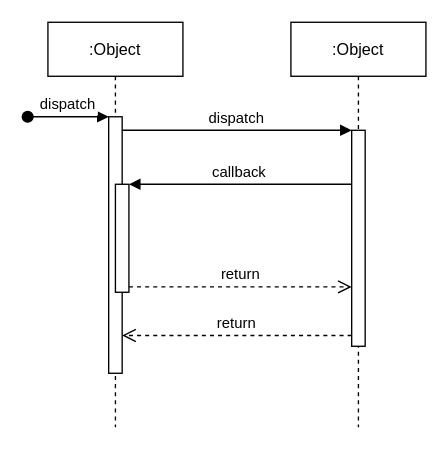
The draw.io diagram Caso de uso extendido.drawio in bruniculos08/SOFT003, before the edit. Source tidied: cells renumbered, new cells numbered last; positions are measured from the earlier drawing's top-left corner, leaving out a move shared by most shapes. Both pictures are drawn from the tidied source at 135%, with x=0, y=0 at pixel (27, 22).
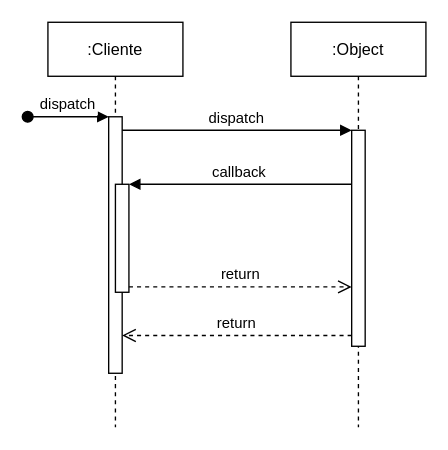
After the change.

Diff of the diagram source:
```diff
@@
 <mxGraphModel>
   <root>
     <mxCell id="0" />
     <mxCell id="1" parent="0" />
-    <mxCell id="2" value=":Object" style="shape=umlLifeline;perimeter=lifelinePerimeter;rounded=0;shadow=0;strokeWidth=1;" parent="1" vertex="1">
+    <mxCell id="2" value=":Cliente" style="shape=umlLifeline;perimeter=lifelinePerimeter;rounded=0;shadow=0;strokeWidth=1;" parent="1" vertex="1">
       <mxGeometry x="15" width="100" height="300" as="geometry" />
     </mxCell>
     <mxCell id="3" style="points=[];perimeter=orthogonalPerimeter;rounded=0;shadow=0;strokeWidth=1;" parent="2" vertex="1">
       <mxGeometry x="45" y="70" width="10" height="190" as="geometry" />
     </mxCell>
     <mxCell id="4" value="dispatch" style="verticalAlign=bottom;startArrow=oval;endArrow=block;startSize=8;shadow=0;strokeWidth=1;" parent="2" edge="1" target="3">
       <mxGeometry relative="1" as="geometry">
         <mxPoint x="-15" y="70" as="sourcePoint" />
       </mxGeometry>
     </mxCell>
     <mxCell id="5" style="points=[];perimeter=orthogonalPerimeter;rounded=0;shadow=0;strokeWidth=1;" parent="2" vertex="1">
       <mxGeometry x="50" y="120" width="10" height="80" as="geometry" />
     </mxCell>
     <mxCell id="6" value=":Object" style="shape=umlLifeline;perimeter=lifelinePerimeter;rounded=0;shadow=0;strokeWidth=1;" parent="1" vertex="1">
       <mxGeometry x="195" width="100" height="300" as="geometry" />
     </mxCell>
     <mxCell id="7" style="points=[];perimeter=orthogonalPerimeter;rounded=0;shadow=0;strokeWidth=1;" parent="6" vertex="1">
       <mxGeometry x="45" y="80" width="10" height="160" as="geometry" />
     </mxCell>
     <mxCell id="8" value="return" style="verticalAlign=bottom;endArrow=open;dashed=1;endSize=8;exitX=0;exitY=0.95;shadow=0;strokeWidth=1;" parent="1" edge="1" source="7" target="3">
       <mxGeometry relative="1" as="geometry" />
     </mxCell>
     <mxCell id="9" value="dispatch" style="verticalAlign=bottom;endArrow=block;entryX=0;entryY=0;shadow=0;strokeWidth=1;" parent="1" edge="1" source="3" target="7">
       <mxGeometry relative="1" as="geometry" />
     </mxCell>
     <mxCell id="10" value="callback" style="verticalAlign=bottom;endArrow=block;entryX=1;entryY=0;shadow=0;strokeWidth=1;" parent="1" edge="1" source="7" target="5">
       <mxGeometry relative="1" as="geometry" />
     </mxCell>
     <mxCell id="11" value="return" style="verticalAlign=bottom;endArrow=open;dashed=1;endSize=8;exitX=1;exitY=0.95;shadow=0;strokeWidth=1;" parent="1" edge="1" source="5" target="7">
       <mxGeometry relative="1" as="geometry" />
     </mxCell>
   </root>
 </mxGraphModel>
```
